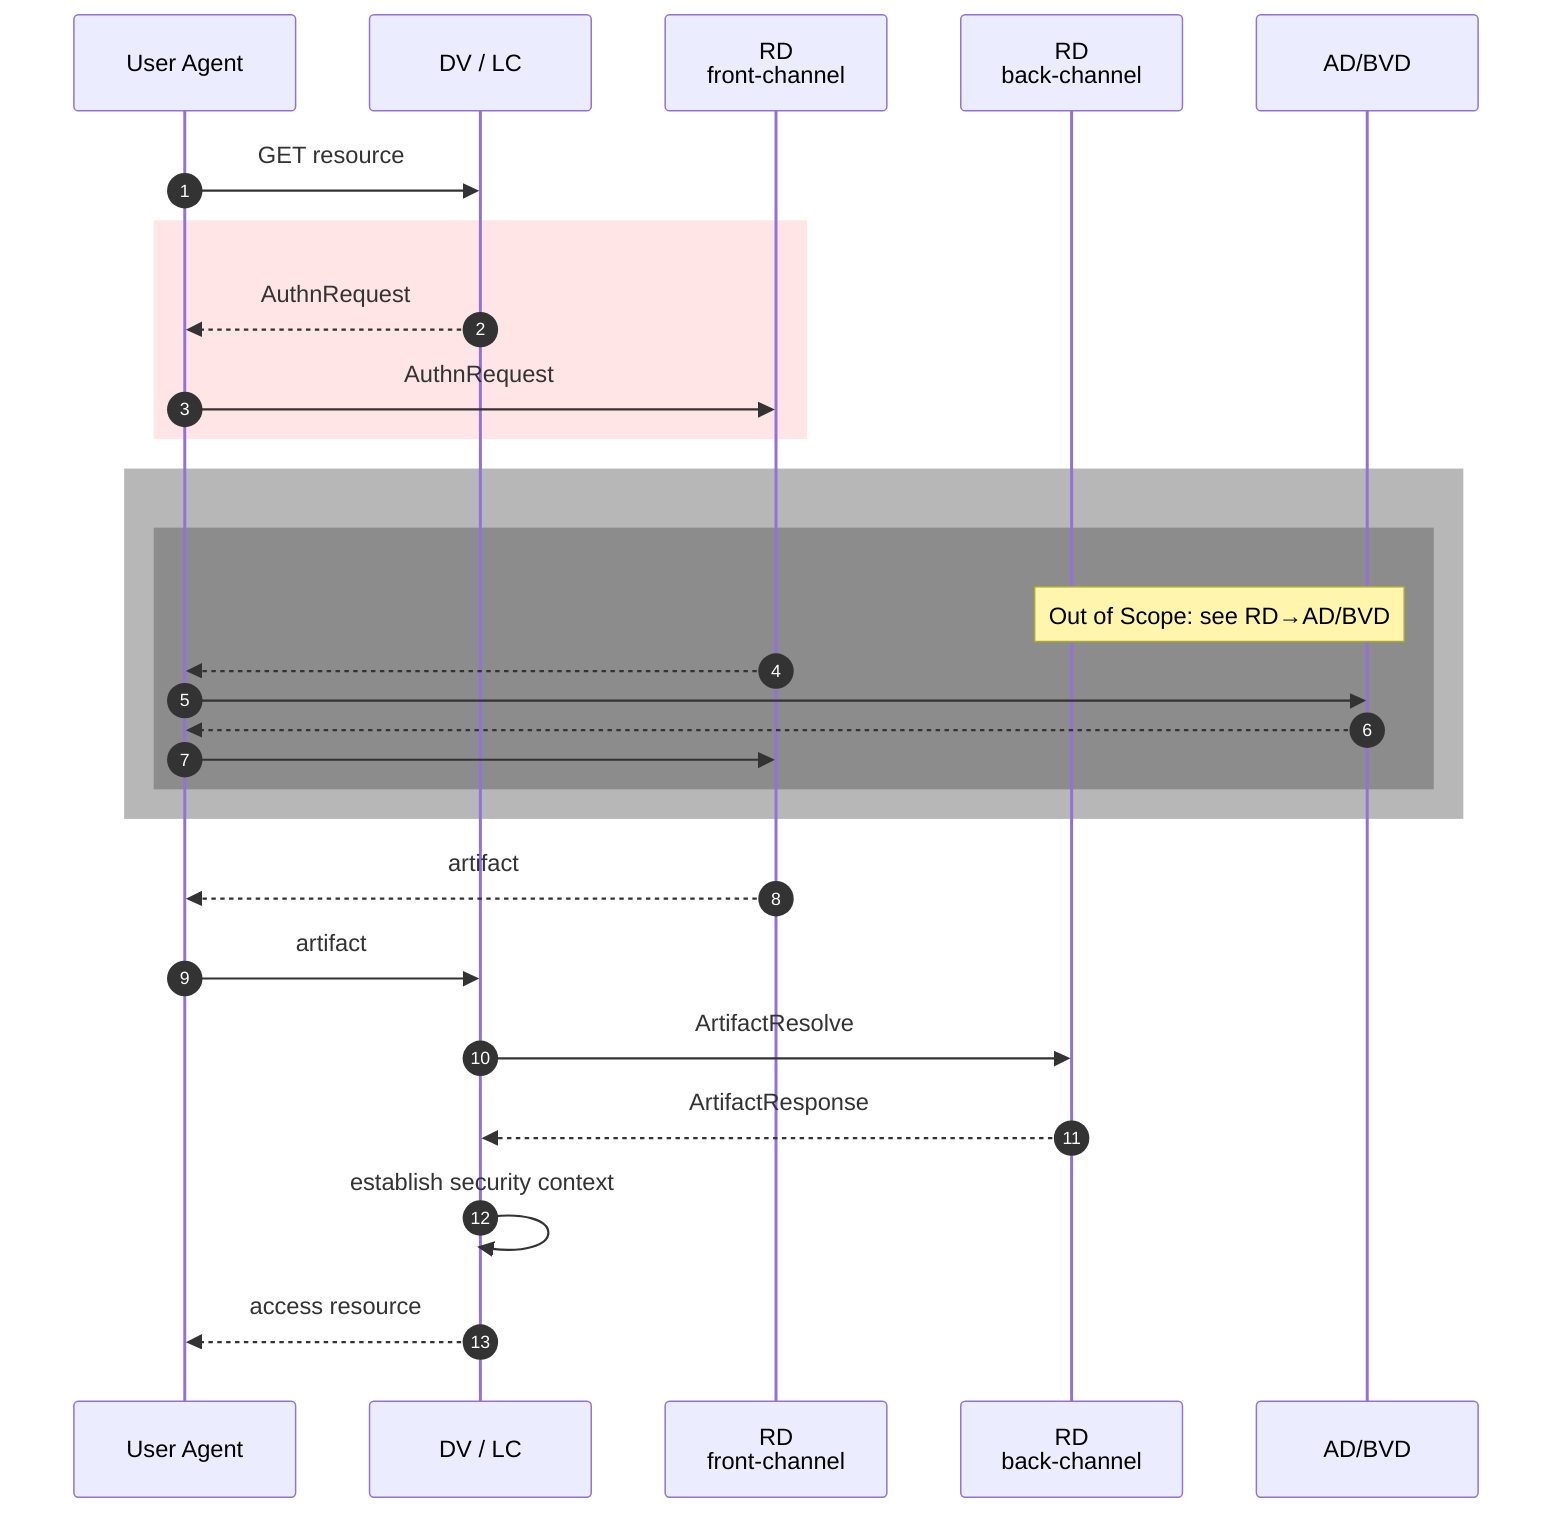
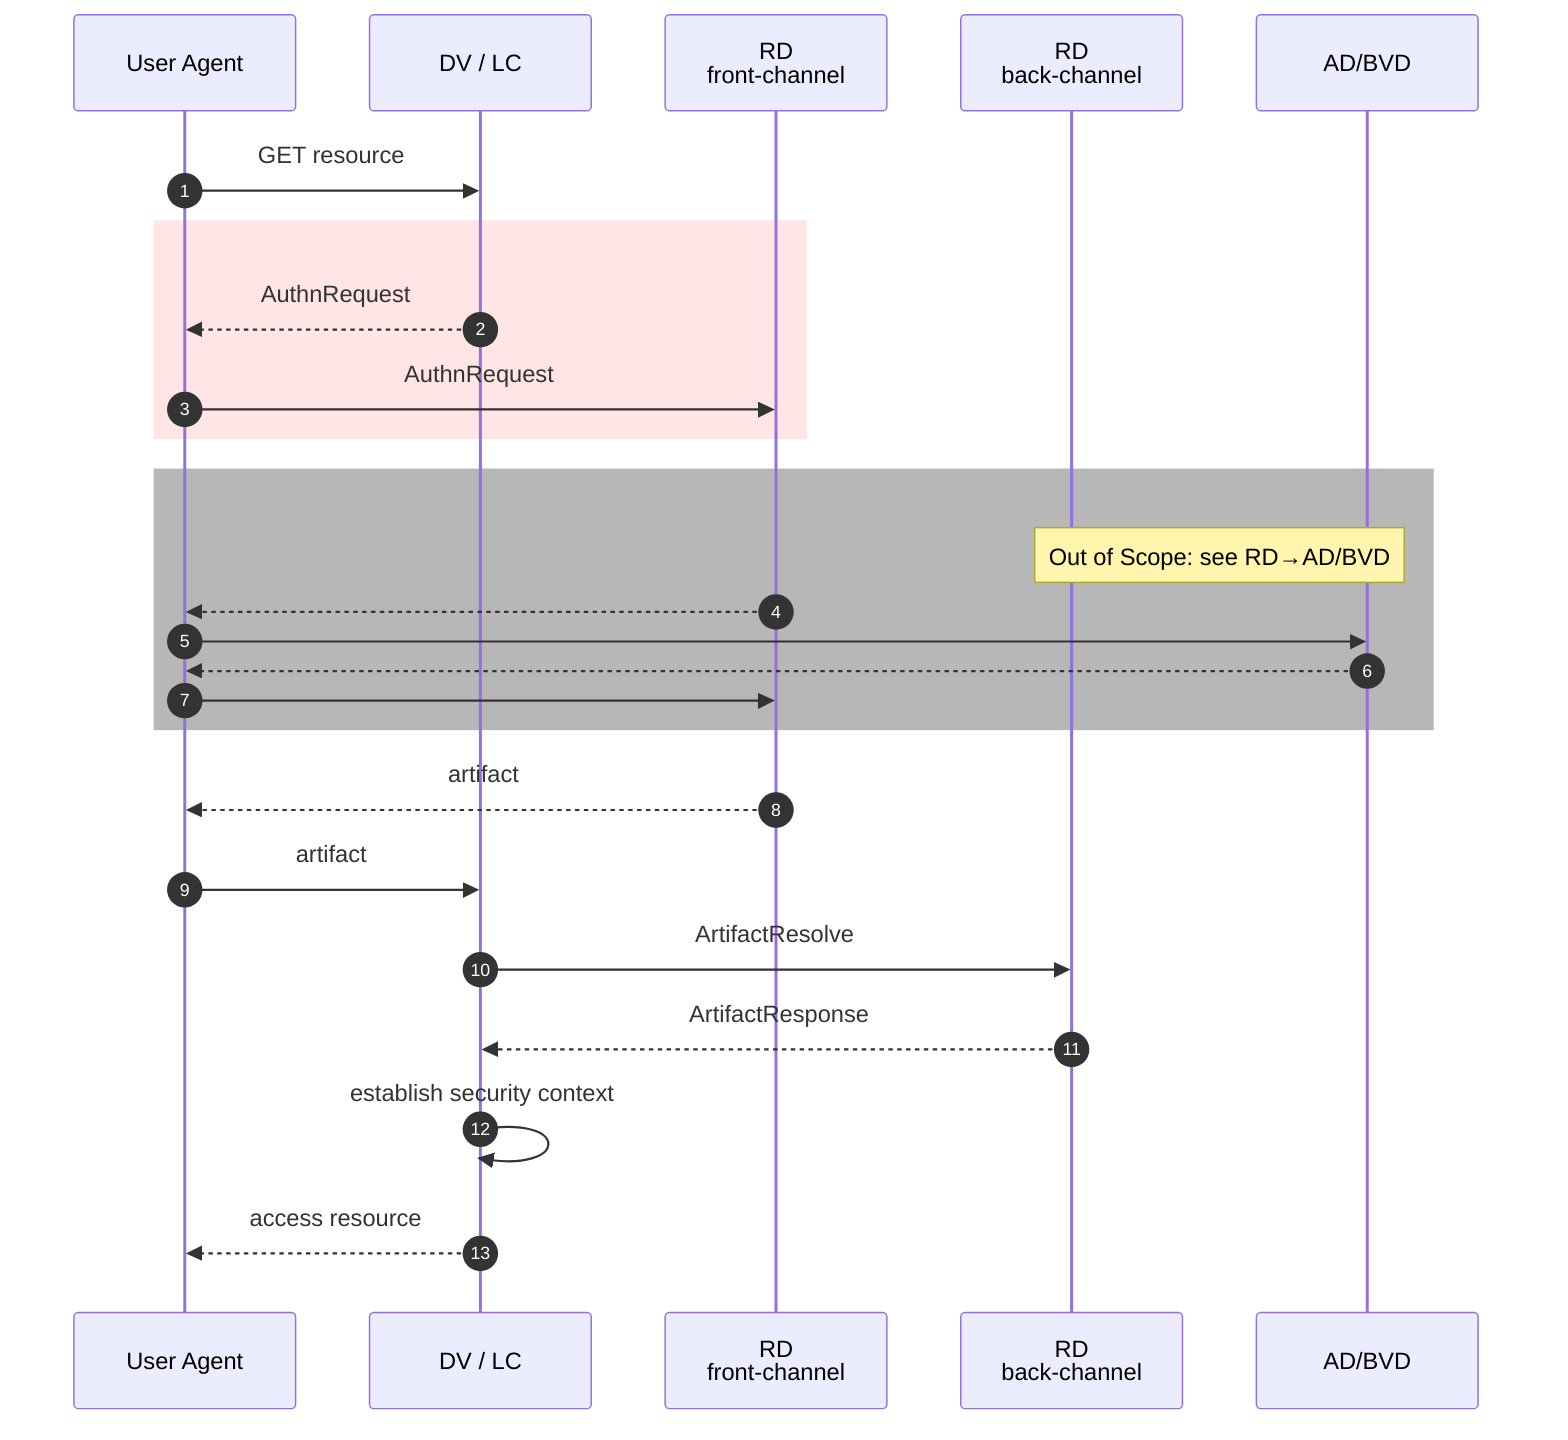
%%{init: {
    "themeVariables": {"fontSize": "24px"},
    "sequence": {"boxMargin": 20}
}}%%
sequenceDiagram
autonumber
participant A as User Agent
participant B as DV / LC
participant C as RD <br /> front-channel
participant D as RD <br /> back-channel
participant E as AD/BVD
A->>B: GET resource
rect rgba(255,0,0,.1)
    B-->>A: AuthnRequest
    A->>C: AuthnRequest
end
rect rgba(75, 75, 75,.4)
- rect rgba(75, 75, 75,.4)
    Note over D,E: Out of Scope: see RD#8594;AD/BVD
    C-->>A:
    A->>E:
    E-->>A:
    A->>C:
- end
end
C-->>A: artifact
A->>B: artifact
B->>D: ArtifactResolve
D-->>B: ArtifactResponse
B->>B: establish security context
B-->>A: access resource
